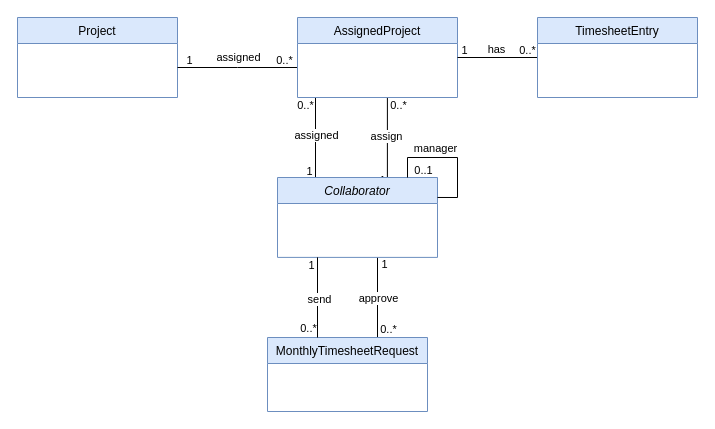
Above: classDiagram.drawio in Marwen46/clairvoyant (draw.io), before the change. Source tidied: cells renumbered, new cells numbered last; positions are measured from the earlier drawing's top-left corner, leaving out a move shared by most shapes. Both pictures are drawn from the tidied source at 100%, with x=0, y=0 at pixel (17, 17).
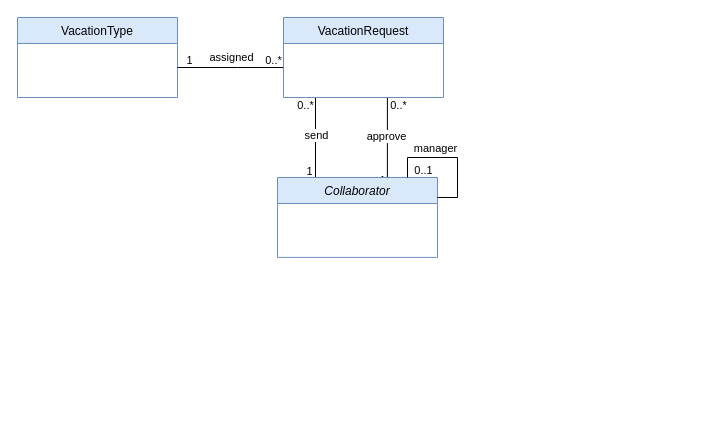
After the change.

The change refers to these unchanged cells:
```xml
<mxCell id="6" style="edgeStyle=orthogonalEdgeStyle;rounded=0;orthogonalLoop=1;jettySize=auto;html=1;exitX=0.25;exitY=0;exitDx=0;exitDy=0;endArrow=none;endFill=0;" parent="1" edge="1">
  <mxGeometry relative="1" as="geometry">
    <mxPoint x="298" y="160" as="sourcePoint" />
    <mxPoint x="298" y="80" as="targetPoint" />
  </mxGeometry>
</mxCell>
<mxCell id="10" style="edgeStyle=orthogonalEdgeStyle;rounded=0;jettySize=auto;html=1;exitX=0.75;exitY=0;exitDx=0;exitDy=0;endArrow=none;endFill=0;" parent="1" edge="1" source="14">
  <mxGeometry relative="1" as="geometry">
    <mxPoint x="369.9" y="80" as="targetPoint" />
    <Array as="points">
      <mxPoint x="370" y="160" />
    </Array>
  </mxGeometry>
</mxCell>
```

What changed in the source:
```diff
@@
-    <mxCell id="2" style="edgeStyle=orthogonalEdgeStyle;rounded=0;orthogonalLoop=1;jettySize=auto;html=1;strokeColor=default;endArrow=none;endFill=0;" parent="1" edge="1">
-      <mxGeometry relative="1" as="geometry">
-        <mxPoint x="360" y="239.9" as="sourcePoint" />
-        <mxPoint x="360" y="320" as="targetPoint" />
-      </mxGeometry>
-    </mxCell>
-    <mxCell id="3" value="approve" style="edgeLabel;html=1;align=center;verticalAlign=middle;" parent="2" vertex="1">
-      <mxGeometry x="0.02" relative="1" as="geometry" />
-    </mxCell>
-    <mxCell id="4" value="0..*" style="edgeLabel;html=1;align=center;verticalAlign=middle;" parent="2" vertex="1">
-      <mxGeometry x="0.84" y="-1" relative="1" as="geometry">
-        <mxPoint x="11" y="-2" as="offset" />
-      </mxGeometry>
-    </mxCell>
-    <mxCell id="5" value="1" style="edgeLabel;html=1;align=center;verticalAlign=middle;" parent="2" vertex="1">
-      <mxGeometry x="-0.87" relative="1" as="geometry">
-        <mxPoint x="6" y="2" as="offset" />
-      </mxGeometry>
-    </mxCell>
@@
-    <mxCell id="9" value="assigned" style="edgeLabel;html=1;align=center;verticalAlign=middle;" parent="6" vertex="1">
+    <mxCell id="9" value="send" style="edgeLabel;html=1;align=center;verticalAlign=middle;" parent="6" vertex="1">
       <mxGeometry x="0.07" relative="1" as="geometry" />
     </mxCell>
@@
-    <mxCell id="13" value="assign" style="edgeLabel;html=1;align=center;verticalAlign=middle;" parent="10" vertex="1">
+    <mxCell id="13" value="approve" style="edgeLabel;html=1;align=center;verticalAlign=middle;" parent="10" vertex="1">
       <mxGeometry x="0.02" y="1" relative="1" as="geometry">
         <mxPoint y="-6" as="offset" />
       </mxGeometry>
     </mxCell>
@@
-    <mxCell id="15" value="MonthlyTimesheetRequest" style="swimlane;fontStyle=0;align=center;verticalAlign=top;horizontal=1;startSize=26;rounded=0;shadow=0;strokeWidth=1;fillColor=#dae8fc;strokeColor=#6c8ebf;" parent="1" vertex="1">
-      <mxGeometry x="250" y="320" width="160" height="74" as="geometry" />
-    </mxCell>
@@
-    <mxCell id="19" style="edgeStyle=orthogonalEdgeStyle;rounded=0;orthogonalLoop=1;jettySize=auto;html=1;strokeColor=default;endArrow=none;endFill=0;" parent="1" edge="1">
-      <mxGeometry relative="1" as="geometry">
-        <mxPoint x="300" y="239.9" as="sourcePoint" />
-        <mxPoint x="300" y="320" as="targetPoint" />
-        <Array as="points">
-          <mxPoint x="300" y="239.9" />
-        </Array>
-      </mxGeometry>
-    </mxCell>
-    <mxCell id="20" value="send" style="edgeLabel;html=1;align=center;verticalAlign=middle;" parent="19" vertex="1">
-      <mxGeometry x="0.04" y="1" relative="1" as="geometry" />
-    </mxCell>
-    <mxCell id="21" value="1" style="edgeLabel;html=1;align=center;verticalAlign=middle;" parent="19" vertex="1">
-      <mxGeometry x="-0.84" y="-5" relative="1" as="geometry">
-        <mxPoint x="-2" y="2" as="offset" />
-      </mxGeometry>
-    </mxCell>
-    <mxCell id="22" value="0..*" style="edgeLabel;html=1;align=center;verticalAlign=middle;" parent="19" vertex="1">
-      <mxGeometry x="0.86" relative="1" as="geometry">
-        <mxPoint x="-10" y="-3" as="offset" />
-      </mxGeometry>
-    </mxCell>
-    <mxCell id="23" value="Project" style="swimlane;fontStyle=0;align=center;verticalAlign=top;horizontal=1;startSize=26;rounded=0;shadow=0;strokeWidth=1;fillColor=#dae8fc;strokeColor=#6c8ebf;" parent="1" vertex="1">
+    <mxCell id="23" value="VacationType" style="swimlane;fontStyle=0;align=center;verticalAlign=top;horizontal=1;startSize=26;rounded=0;shadow=0;strokeWidth=1;fillColor=#dae8fc;strokeColor=#6c8ebf;" parent="1" vertex="1">
       <mxGeometry width="160" height="80" as="geometry" />
     </mxCell>
     <mxCell id="24" style="edgeStyle=orthogonalEdgeStyle;rounded=0;orthogonalLoop=1;jettySize=auto;html=1;endArrow=none;endFill=0;" parent="1" edge="1">
       <mxGeometry relative="1" as="geometry">
-        <mxPoint x="280" y="50" as="sourcePoint" />
+        <mxPoint x="266" y="52" as="sourcePoint" />
         <mxPoint x="160" y="50" as="targetPoint" />
         <Array as="points">
           <mxPoint x="220" y="50" />
           <mxPoint x="220" y="50" />
         </Array>
       </mxGeometry>
     </mxCell>
@@
-    <mxCell id="28" value="AssignedProject" style="swimlane;fontStyle=0;align=center;verticalAlign=top;horizontal=1;startSize=26;rounded=0;shadow=0;strokeWidth=1;fillColor=#dae8fc;strokeColor=#6c8ebf;" parent="1" vertex="1">
-      <mxGeometry x="280" width="160" height="80" as="geometry" />
+    <mxCell id="28" value="VacationRequest" style="swimlane;fontStyle=0;align=center;verticalAlign=top;horizontal=1;startSize=26;rounded=0;shadow=0;strokeWidth=1;fillColor=#dae8fc;strokeColor=#6c8ebf;" parent="1" vertex="1">
+      <mxGeometry x="266" width="160" height="80" as="geometry" />
     </mxCell>
-    <mxCell id="29" style="edgeStyle=orthogonalEdgeStyle;rounded=0;jettySize=auto;html=1;exitX=0;exitY=0.5;exitDx=0;exitDy=0;entryX=1;entryY=0.5;entryDx=0;entryDy=0;endArrow=none;endFill=0;" parent="1" edge="1" source="33" target="28">
-      <mxGeometry relative="1" as="geometry" />
-    </mxCell>
-    <mxCell id="30" value="1" style="edgeLabel;html=1;align=center;verticalAlign=middle;" parent="29" vertex="1">
-      <mxGeometry x="0.72" relative="1" as="geometry">
-        <mxPoint x="-5" y="-8" as="offset" />
-      </mxGeometry>
-    </mxCell>
-    <mxCell id="31" value="0..*" style="edgeLabel;html=1;align=center;verticalAlign=middle;" parent="29" vertex="1">
-      <mxGeometry x="-0.86" relative="1" as="geometry">
-        <mxPoint x="-5" y="-8" as="offset" />
-      </mxGeometry>
-    </mxCell>
-    <mxCell id="32" value="has" style="edgeLabel;html=1;align=center;verticalAlign=middle;" parent="29" vertex="1">
-      <mxGeometry x="0.05" relative="1" as="geometry">
-        <mxPoint y="-9" as="offset" />
-      </mxGeometry>
-    </mxCell>
-    <mxCell id="33" value="TimesheetEntry" style="swimlane;fontStyle=0;align=center;verticalAlign=top;horizontal=1;startSize=26;rounded=0;shadow=0;strokeWidth=1;fillColor=#dae8fc;strokeColor=#6c8ebf;" parent="1" vertex="1">
-      <mxGeometry x="520" width="160" height="80" as="geometry" />
-    </mxCell>
```
